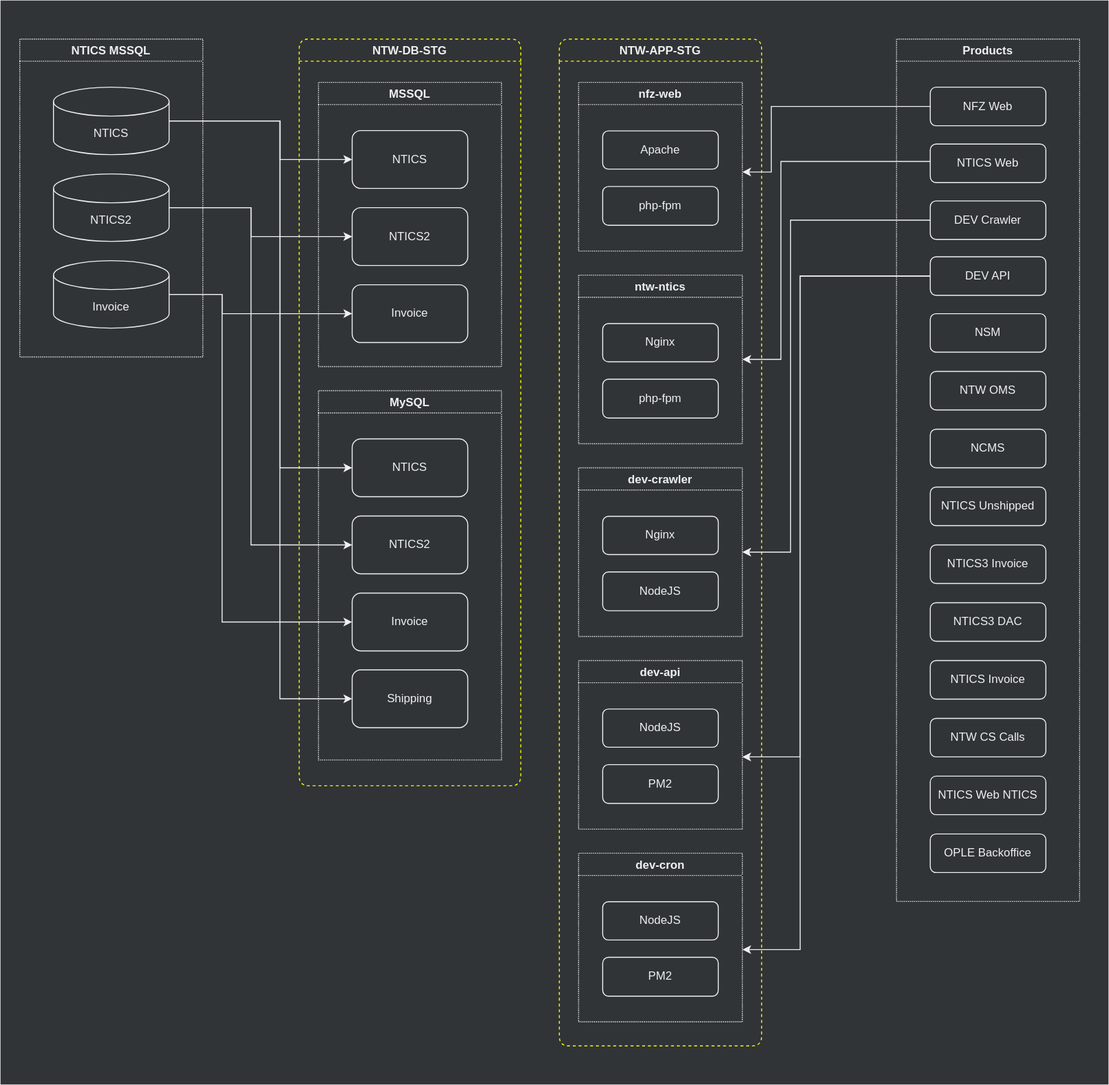
This is assets/.draw.io/documents/devops-pipeline-structure.svg from jiholee-ntwglobal/jiholee-ntwglobal.github.io, a draw.io export, as it was before one commit. Source tidied: cells renumbered, new cells last; positions are measured from the earlier drawing's top-left corner, leaving out a move shared by most shapes.
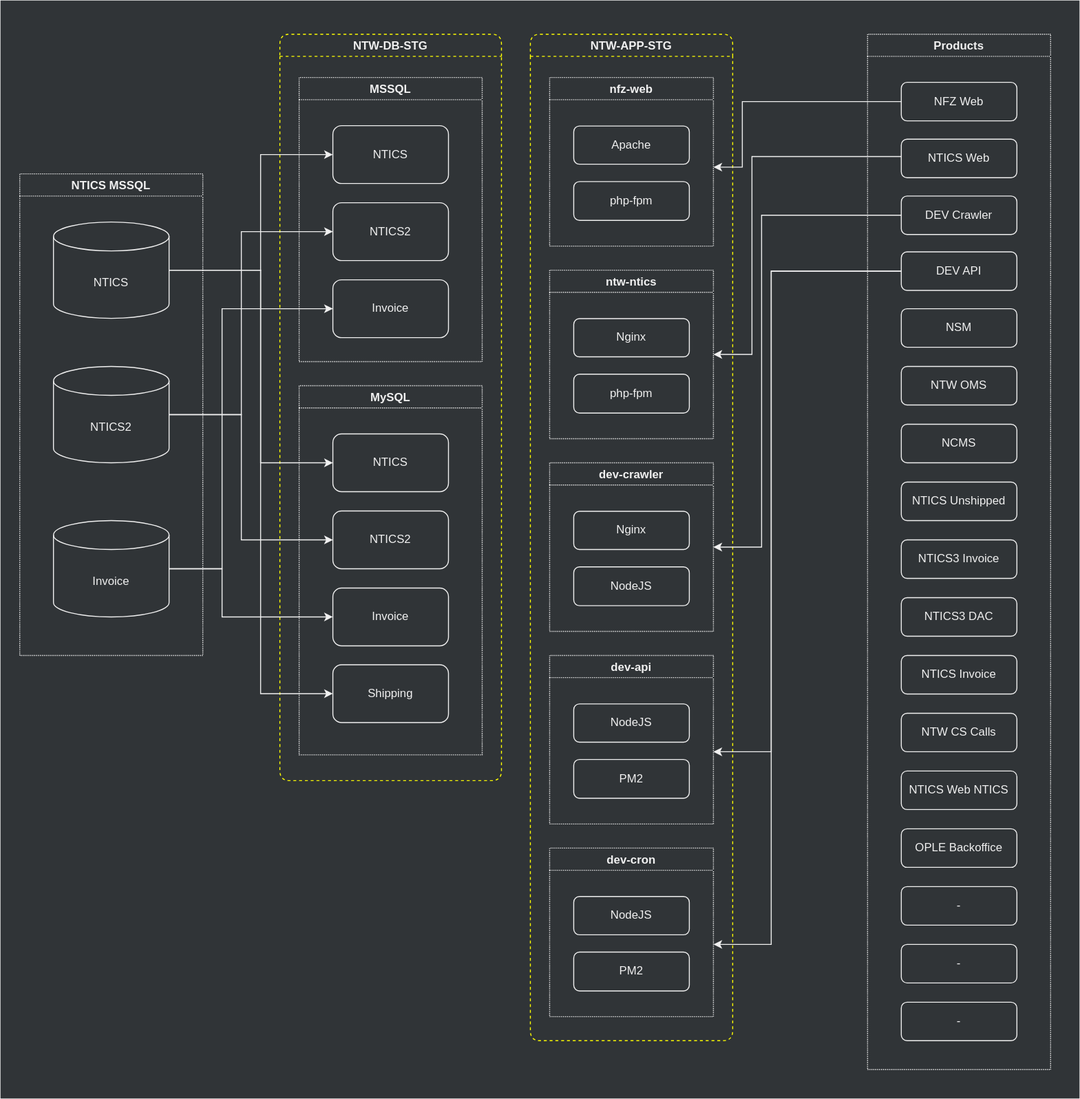
Above is the later version.

What changed in the source:
```diff
@@ -3,10 +3,10 @@
     <mxCell id="0" />
     <mxCell id="1" parent="0" />
     <mxCell id="2" style="rounded=0;whiteSpace=wrap;html=1;fillColor=#303437;strokeColor=none;" parent="1" vertex="1">
-      <mxGeometry width="1150" height="1125" as="geometry" />
+      <mxGeometry x="30" y="5" width="1120" height="1140" as="geometry" />
     </mxCell>
     <mxCell id="3" value="NTW-DB-STG" style="swimlane;rounded=1;fillColor=none;fontColor=#F0F0F0;dashed=1;strokeColor=#FFFF00;" parent="1" vertex="1">
-      <mxGeometry x="310" y="40" width="230" height="775" as="geometry" />
+      <mxGeometry x="320" y="40" width="230" height="775" as="geometry" />
     </mxCell>
     <mxCell id="4" value="MySQL" style="swimlane;rounded=0;fillColor=none;strokeColor=#F0F0F0;fontColor=#F0F0F0;dashed=1;dashPattern=1 1;" parent="3" vertex="1">
       <mxGeometry x="20" y="365" width="190" height="383.2" as="geometry" />
@@ -57,7 +57,7 @@
       <mxGeometry x="25" y="108" width="120" height="40.3" as="geometry" />
     </mxCell>
     <mxCell id="20" value="Products" style="swimlane;rounded=0;fillColor=none;strokeColor=#F0F0F0;fontColor=#F0F0F0;dashed=1;dashPattern=1 1;" parent="1" vertex="1">
-      <mxGeometry x="930" y="40" width="190" height="895" as="geometry" />
+      <mxGeometry x="930" y="40" width="190" height="1075" as="geometry" />
     </mxCell>
     <mxCell id="21" value="NFZ Web" style="rounded=1;whiteSpace=wrap;html=1;strokeColor=#F0F0F0;fillColor=none;fontColor=#F0F0F0;" parent="20" vertex="1">
       <mxGeometry x="35" y="50" width="120" height="40" as="geometry" />
@@ -101,63 +101,72 @@
     <mxCell id="34" value="OPLE Backoffice" style="rounded=1;whiteSpace=wrap;html=1;strokeColor=#F0F0F0;fillColor=none;fontColor=#F0F0F0;" parent="20" vertex="1">
       <mxGeometry x="35" y="825" width="120" height="40" as="geometry" />
     </mxCell>
+    <mxCell id="60" value="-" style="rounded=1;whiteSpace=wrap;html=1;strokeColor=#F0F0F0;fillColor=none;fontColor=#F0F0F0;" parent="20" vertex="1">
+      <mxGeometry x="35" y="885" width="120" height="40" as="geometry" />
+    </mxCell>
+    <mxCell id="61" value="-" style="rounded=1;whiteSpace=wrap;html=1;strokeColor=#F0F0F0;fillColor=none;fontColor=#F0F0F0;" parent="20" vertex="1">
+      <mxGeometry x="35" y="945" width="120" height="40" as="geometry" />
+    </mxCell>
+    <mxCell id="62" value="-" style="rounded=1;whiteSpace=wrap;html=1;strokeColor=#F0F0F0;fillColor=none;fontColor=#F0F0F0;" parent="20" vertex="1">
+      <mxGeometry x="35" y="1005" width="120" height="40" as="geometry" />
+    </mxCell>
     <mxCell id="35" value="NTICS MSSQL" style="swimlane;rounded=0;fillColor=none;strokeColor=#F0F0F0;fontColor=#F0F0F0;dashed=1;dashPattern=1 1;" parent="1" vertex="1">
-      <mxGeometry x="20" y="40" width="190" height="330" as="geometry" />
+      <mxGeometry x="50" y="185" width="190" height="500" as="geometry" />
     </mxCell>
     <mxCell id="36" value="NTICS2" style="shape=cylinder3;whiteSpace=wrap;html=1;boundedLbl=1;backgroundOutline=1;size=15;fillColor=none;fontColor=#F0F0F0;strokeColor=#F0F0F0;" parent="35" vertex="1">
-      <mxGeometry x="35" y="140" width="120" height="70" as="geometry" />
+      <mxGeometry x="35" y="200" width="120" height="100" as="geometry" />
     </mxCell>
     <mxCell id="37" value="NTICS" style="shape=cylinder3;whiteSpace=wrap;html=1;boundedLbl=1;backgroundOutline=1;size=15;fillColor=none;fontColor=#F0F0F0;strokeColor=#F0F0F0;" parent="35" vertex="1">
-      <mxGeometry x="35" y="50" width="120" height="70" as="geometry" />
+      <mxGeometry x="35" y="50" width="120" height="100" as="geometry" />
     </mxCell>
     <mxCell id="38" value="Invoice" style="shape=cylinder3;whiteSpace=wrap;html=1;boundedLbl=1;backgroundOutline=1;size=15;fillColor=none;fontColor=#F0F0F0;strokeColor=#F0F0F0;" parent="35" vertex="1">
-      <mxGeometry x="35" y="230" width="120" height="70" as="geometry" />
+      <mxGeometry x="35" y="360" width="120" height="100" as="geometry" />
     </mxCell>
-    <mxCell id="39" style="edgeStyle=orthogonalEdgeStyle;rounded=0;jettySize=auto;html=1;entryX=0;entryY=0.5;entryDx=0;entryDy=0;fontColor=#F0F0F0;strokeColor=#F0F0F0;" parent="1" edge="1" source="37" target="10">
+    <mxCell id="39" style="edgeStyle=orthogonalEdgeStyle;rounded=0;jettySize=auto;html=1;entryX=0;entryY=0.5;entryDx=0;entryDy=0;fontColor=#F0F0F0;strokeColor=#F0F0F0;exitX=1;exitY=0.5;exitDx=0;exitDy=0;exitPerimeter=0;" parent="1" edge="1" source="37" target="10">
       <mxGeometry relative="1" as="geometry">
         <Array as="points">
-          <mxPoint x="290" y="125" />
-          <mxPoint x="290" y="165" />
+          <mxPoint x="300" y="285" />
+          <mxPoint x="300" y="165" />
         </Array>
       </mxGeometry>
     </mxCell>
-    <mxCell id="40" style="edgeStyle=orthogonalEdgeStyle;rounded=0;jettySize=auto;html=1;entryX=0;entryY=0.5;entryDx=0;entryDy=0;fontColor=#F0F0F0;strokeColor=#F0F0F0;" parent="1" edge="1" source="37" target="5">
+    <mxCell id="40" style="edgeStyle=orthogonalEdgeStyle;rounded=0;jettySize=auto;html=1;entryX=0;entryY=0.5;entryDx=0;entryDy=0;fontColor=#F0F0F0;strokeColor=#F0F0F0;exitX=1;exitY=0.5;exitDx=0;exitDy=0;exitPerimeter=0;" parent="1" edge="1" source="37" target="5">
       <mxGeometry relative="1" as="geometry">
         <Array as="points">
-          <mxPoint x="290" y="125" />
-          <mxPoint x="290" y="485" />
+          <mxPoint x="300" y="285" />
+          <mxPoint x="300" y="485" />
         </Array>
       </mxGeometry>
     </mxCell>
-    <mxCell id="41" style="edgeStyle=orthogonalEdgeStyle;rounded=0;jettySize=auto;html=1;entryX=0;entryY=0.5;entryDx=0;entryDy=0;fontColor=#F0F0F0;strokeColor=#F0F0F0;" parent="1" edge="1" source="36" target="11">
+    <mxCell id="41" style="edgeStyle=orthogonalEdgeStyle;rounded=0;jettySize=auto;html=1;entryX=0;entryY=0.5;entryDx=0;entryDy=0;fontColor=#F0F0F0;strokeColor=#F0F0F0;exitX=1;exitY=0.5;exitDx=0;exitDy=0;exitPerimeter=0;" parent="1" edge="1" source="36" target="11">
       <mxGeometry relative="1" as="geometry">
         <Array as="points">
-          <mxPoint x="260" y="215" />
-          <mxPoint x="260" y="245" />
+          <mxPoint x="280" y="435" />
+          <mxPoint x="280" y="245" />
         </Array>
       </mxGeometry>
     </mxCell>
-    <mxCell id="42" style="edgeStyle=orthogonalEdgeStyle;rounded=0;jettySize=auto;html=1;entryX=0;entryY=0.5;entryDx=0;entryDy=0;fontColor=#F0F0F0;strokeColor=#F0F0F0;" parent="1" edge="1" source="36" target="6">
+    <mxCell id="42" style="edgeStyle=orthogonalEdgeStyle;rounded=0;jettySize=auto;html=1;entryX=0;entryY=0.5;entryDx=0;entryDy=0;fontColor=#F0F0F0;strokeColor=#F0F0F0;exitX=1;exitY=0.5;exitDx=0;exitDy=0;exitPerimeter=0;" parent="1" edge="1" source="36" target="6">
       <mxGeometry relative="1" as="geometry">
         <Array as="points">
-          <mxPoint x="260" y="215" />
-          <mxPoint x="260" y="565" />
+          <mxPoint x="280" y="435" />
+          <mxPoint x="280" y="565" />
         </Array>
       </mxGeometry>
     </mxCell>
-    <mxCell id="43" style="edgeStyle=orthogonalEdgeStyle;rounded=0;jettySize=auto;html=1;entryX=0;entryY=0.5;entryDx=0;entryDy=0;fontColor=#F0F0F0;strokeColor=#F0F0F0;" parent="1" edge="1" source="38" target="12">
+    <mxCell id="43" style="edgeStyle=orthogonalEdgeStyle;rounded=0;jettySize=auto;html=1;entryX=0;entryY=0.5;entryDx=0;entryDy=0;fontColor=#F0F0F0;strokeColor=#F0F0F0;exitX=1;exitY=0.5;exitDx=0;exitDy=0;exitPerimeter=0;" parent="1" edge="1" source="38" target="12">
       <mxGeometry relative="1" as="geometry">
         <Array as="points">
-          <mxPoint x="230" y="305" />
-          <mxPoint x="230" y="325" />
+          <mxPoint x="260" y="595" />
+          <mxPoint x="260" y="325" />
         </Array>
       </mxGeometry>
     </mxCell>
-    <mxCell id="44" style="edgeStyle=orthogonalEdgeStyle;rounded=0;jettySize=auto;html=1;entryX=0;entryY=0.5;entryDx=0;entryDy=0;fontColor=#F0F0F0;strokeColor=#F0F0F0;" parent="1" edge="1" source="38" target="7">
+    <mxCell id="44" style="edgeStyle=orthogonalEdgeStyle;rounded=0;jettySize=auto;html=1;entryX=0;entryY=0.5;entryDx=0;entryDy=0;fontColor=#F0F0F0;strokeColor=#F0F0F0;exitX=1;exitY=0.5;exitDx=0;exitDy=0;exitPerimeter=0;" parent="1" edge="1" source="38" target="7">
       <mxGeometry relative="1" as="geometry">
         <Array as="points">
-          <mxPoint x="230" y="305" />
-          <mxPoint x="230" y="645" />
+          <mxPoint x="260" y="595" />
+          <mxPoint x="260" y="645" />
         </Array>
       </mxGeometry>
     </mxCell>
@@ -178,11 +187,11 @@
         </Array>
       </mxGeometry>
     </mxCell>
-    <mxCell id="47" style="edgeStyle=orthogonalEdgeStyle;rounded=0;jettySize=auto;html=1;entryX=0;entryY=0.5;entryDx=0;entryDy=0;fontColor=#F0F0F0;strokeColor=#F0F0F0;" parent="1" edge="1" source="37" target="8">
+    <mxCell id="47" style="edgeStyle=orthogonalEdgeStyle;rounded=0;jettySize=auto;html=1;entryX=0;entryY=0.5;entryDx=0;entryDy=0;fontColor=#F0F0F0;strokeColor=#F0F0F0;exitX=1;exitY=0.5;exitDx=0;exitDy=0;exitPerimeter=0;" parent="1" edge="1" source="37" target="8">
       <mxGeometry relative="1" as="geometry">
         <Array as="points">
-          <mxPoint x="290" y="125" />
-          <mxPoint x="290" y="725" />
+          <mxPoint x="300" y="285" />
+          <mxPoint x="300" y="725" />
         </Array>
       </mxGeometry>
     </mxCell>
```
